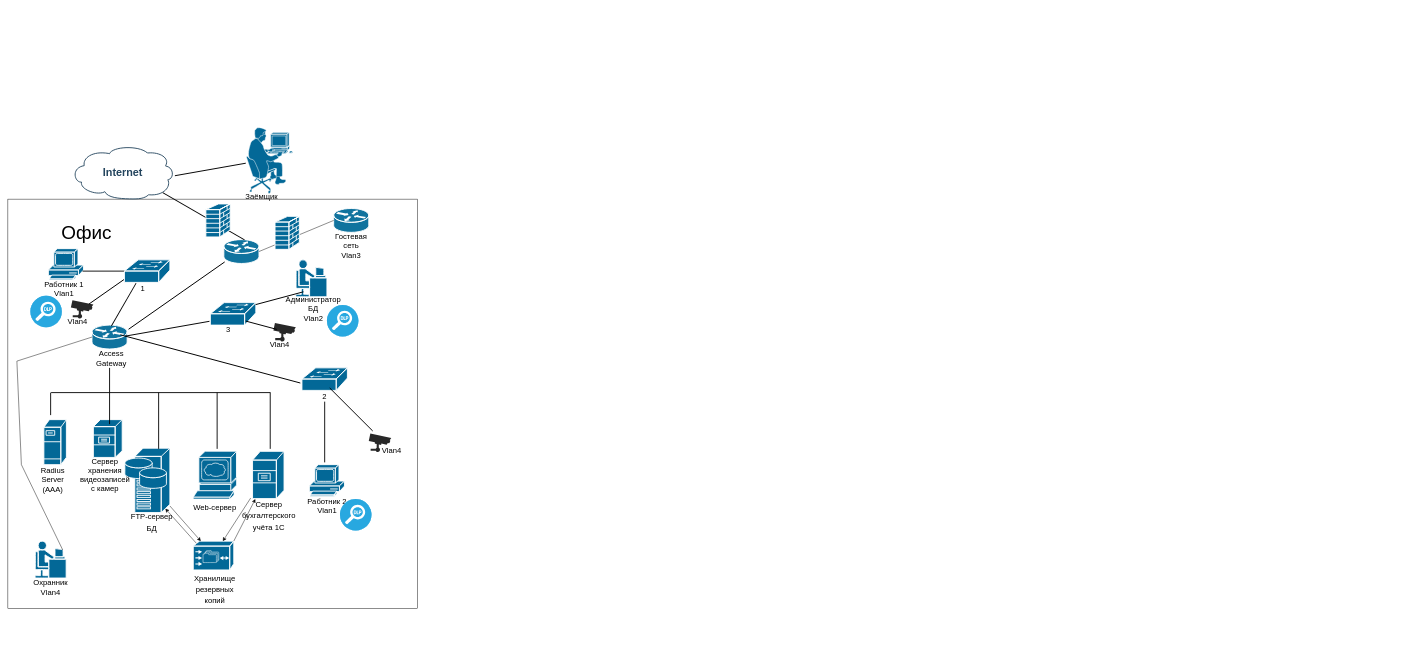
Before: Диаграмма без названия.drawio in paveldyakonov/programlanguage, a draw.io diagram. Source tidied: cells renumbered, new cells numbered last; positions are measured from the earlier drawing's top-left corner, leaving out a move shared by most shapes. Both pictures are drawn from the tidied source at 45%, with x=0, y=0 at pixel (8, 127).
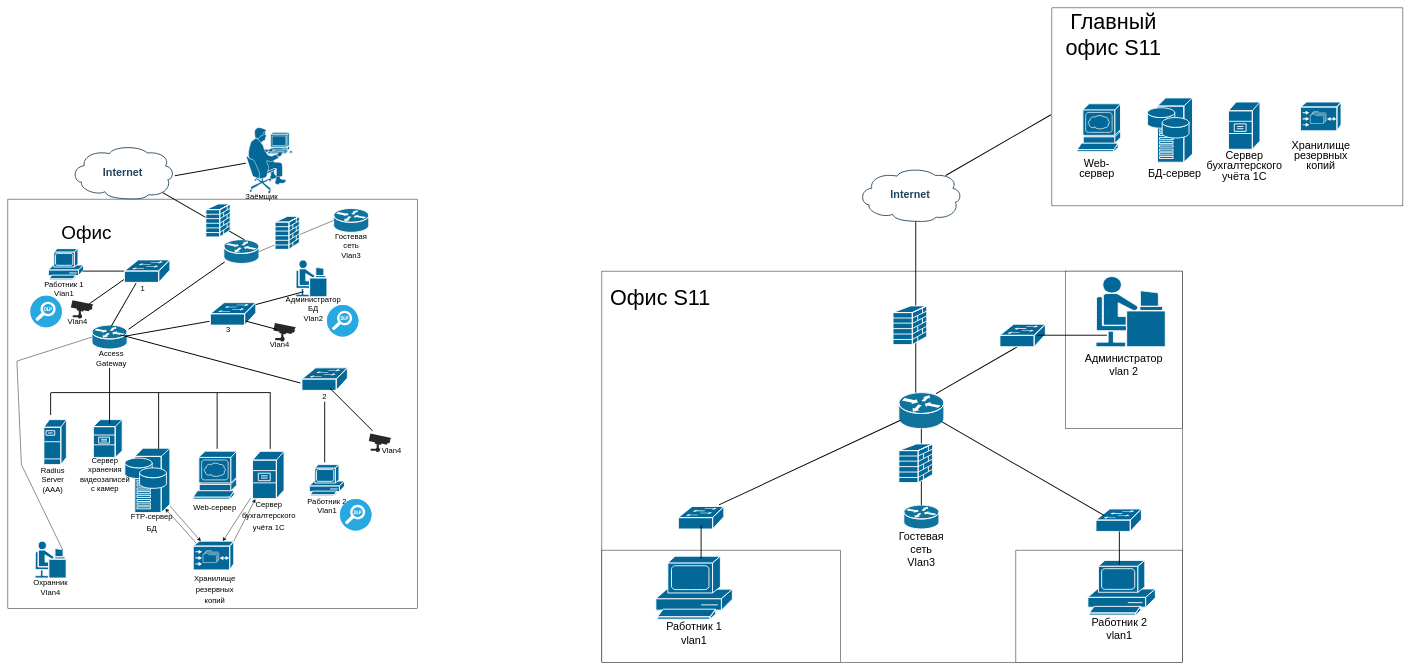
The same diagram, later.

Diff of the diagram source:
```diff
@@
+    <mxCell id="74" style="rounded=0;whiteSpace=wrap;html=1;" parent="1" vertex="1">
+      <mxGeometry x="1320" y="320" width="1290" height="870" as="geometry" />
+    </mxCell>
@@
+    <mxCell id="75" value="&lt;font style=&quot;font-size: 48px;&quot;&gt;Офис S11&lt;/font&gt;" style="text;html=1;strokeColor=none;fillColor=none;align=center;verticalAlign=middle;whiteSpace=wrap;rounded=0;" parent="1" vertex="1">
+      <mxGeometry x="1320" y="320" width="260" height="117.8" as="geometry" />
+    </mxCell>
+    <mxCell id="76" style="shape=mxgraph.cisco.routers.router;html=1;dashed=0;fillColor=#10739E;strokeColor=#ffffff;strokeWidth=2;verticalLabelPosition=bottom;verticalAlign=top;fontFamily=Helvetica;fontSize=36;fontColor=#FFB366;" parent="1" vertex="1">
+      <mxGeometry x="1980" y="590" width="100" height="80" as="geometry" />
+    </mxCell>
+    <mxCell id="77" style="rounded=0;whiteSpace=wrap;html=1;" parent="1" vertex="1">
+      <mxGeometry x="1320" y="940" width="530" height="250" as="geometry" />
+    </mxCell>
+    <mxCell id="78" style="rounded=0;whiteSpace=wrap;html=1;" parent="1" vertex="1">
+      <mxGeometry x="2240" y="940" width="370" height="250" as="geometry" />
+    </mxCell>
+    <mxCell id="79" style="shape=mxgraph.cisco.computers_and_peripherals.pc;sketch=0;html=1;dashed=0;fillColor=#036897;strokeColor=#ffffff;strokeWidth=2;verticalLabelPosition=bottom;verticalAlign=top;align=center;fontSize=17;" parent="1" vertex="1">
+      <mxGeometry x="1440" y="953.5" width="170" height="140" as="geometry" />
+    </mxCell>
+    <mxCell id="80" style="shape=mxgraph.cisco.computers_and_peripherals.pc;sketch=0;html=1;dashed=0;fillColor=#036897;strokeColor=#ffffff;strokeWidth=2;verticalLabelPosition=bottom;verticalAlign=top;align=center;fontSize=17;" parent="1" vertex="1">
+      <mxGeometry x="2400" y="962.8" width="150" height="121.5" as="geometry" />
+    </mxCell>
+    <mxCell id="81" value="&lt;font style=&quot;font-size: 24px;&quot;&gt;Работник 1&lt;br&gt;vlan1&lt;br&gt;&lt;/font&gt;" style="text;html=1;strokeColor=none;fillColor=none;align=center;verticalAlign=middle;whiteSpace=wrap;rounded=0;" parent="1" vertex="1">
+      <mxGeometry x="1445" y="1110" width="160" height="30" as="geometry" />
+    </mxCell>
+    <mxCell id="82" style="shape=mxgraph.cisco.routers.router;html=1;dashed=0;fillColor=#10739E;strokeColor=#ffffff;strokeWidth=2;verticalLabelPosition=bottom;verticalAlign=top;fontFamily=Helvetica;fontSize=36;fontColor=#FFB366;" parent="1" vertex="1">
+      <mxGeometry x="1991" y="840" width="78" height="53" as="geometry" />
+    </mxCell>
+    <mxCell id="83" style="line;strokeWidth=2;direction=south;html=1;fontSize=17;rotation=0;" parent="1" vertex="1">
+      <mxGeometry x="2025" y="670" width="10" height="170" as="geometry" />
+    </mxCell>
+    <mxCell id="84" value="&lt;font style=&quot;font-size: 24px;&quot;&gt;Гостевая сеть&lt;br&gt;Vlan3&lt;/font&gt;" style="text;html=1;strokeColor=none;fillColor=none;align=center;verticalAlign=middle;whiteSpace=wrap;rounded=0;fontSize=17;" parent="1" vertex="1">
+      <mxGeometry x="1985" y="923.5" width="90" height="30" as="geometry" />
+    </mxCell>
+    <mxCell id="85" value="&lt;font style=&quot;font-size: 24px;&quot;&gt;Работник 2&lt;br&gt;vlan1&lt;br&gt;&lt;/font&gt;" style="text;html=1;strokeColor=none;fillColor=none;align=center;verticalAlign=middle;whiteSpace=wrap;rounded=0;" parent="1" vertex="1">
+      <mxGeometry x="2390" y="1100" width="160" height="30" as="geometry" />
+    </mxCell>
+    <mxCell id="86" style="shape=mxgraph.cisco.switches.workgroup_switch;sketch=0;html=1;dashed=0;fillColor=#036897;strokeColor=#ffffff;strokeWidth=2;verticalLabelPosition=bottom;verticalAlign=top;align=center;fontSize=17;" parent="1" vertex="1">
+      <mxGeometry x="2418" y="848.5" width="101" height="50" as="geometry" />
+    </mxCell>
+    <mxCell id="87" style="shape=mxgraph.cisco.switches.workgroup_switch;sketch=0;html=1;dashed=0;fillColor=#036897;strokeColor=#ffffff;strokeWidth=2;verticalLabelPosition=bottom;verticalAlign=top;align=center;fontSize=17;" parent="1" vertex="1">
+      <mxGeometry x="1490" y="843" width="101" height="50" as="geometry" />
+    </mxCell>
+    <mxCell id="88" style="line;strokeWidth=2;direction=south;html=1;fontSize=17;rotation=-60;" parent="1" vertex="1">
+      <mxGeometry x="2250" y="549.2" width="10" height="418" as="geometry" />
+    </mxCell>
+    <mxCell id="89" style="line;strokeWidth=2;direction=south;html=1;fontSize=17;rotation=65;" parent="1" vertex="1">
+      <mxGeometry x="1776.9" y="522.9" width="10" height="445.1" as="geometry" />
+    </mxCell>
+    <mxCell id="90" style="shape=mxgraph.cisco.security.firewall;sketch=0;html=1;dashed=0;fillColor=#036897;strokeColor=#ffffff;strokeWidth=2;verticalLabelPosition=bottom;verticalAlign=top;align=center;" parent="1" vertex="1">
+      <mxGeometry x="1980" y="704" width="75" height="86" as="geometry" />
+    </mxCell>
+    <mxCell id="91" style="line;strokeWidth=2;direction=south;html=1;fontSize=17;rotation=0;" parent="1" vertex="1">
+      <mxGeometry x="1535.5" y="885" width="10" height="74" as="geometry" />
+    </mxCell>
+    <mxCell id="92" style="line;strokeWidth=2;direction=south;html=1;fontSize=17;rotation=0;" parent="1" vertex="1">
+      <mxGeometry x="2465" y="898.5" width="10" height="74" as="geometry" />
+    </mxCell>
+    <mxCell id="93" style="rounded=0;whiteSpace=wrap;html=1;" parent="1" vertex="1">
+      <mxGeometry x="2350" y="320" width="260" height="350" as="geometry" />
+    </mxCell>
+    <mxCell id="94" style="shape=mxgraph.cisco.people.androgenous_person;sketch=0;html=1;dashed=0;fillColor=#036897;strokeColor=#ffffff;strokeWidth=2;verticalLabelPosition=bottom;verticalAlign=top;align=center;fontSize=17;" parent="1" vertex="1">
+      <mxGeometry x="2418" y="332" width="154" height="156" as="geometry" />
+    </mxCell>
+    <mxCell id="95" value="&lt;font style=&quot;font-size: 24px;&quot;&gt;Администратор vlan 2&lt;br&gt;&lt;/font&gt;" style="text;html=1;strokeColor=none;fillColor=none;align=center;verticalAlign=middle;whiteSpace=wrap;rounded=0;" parent="1" vertex="1">
+      <mxGeometry x="2400" y="513" width="160" height="30" as="geometry" />
+    </mxCell>
+    <mxCell id="96" style="line;strokeWidth=2;direction=south;html=1;fontSize=17;rotation=60;" parent="1" vertex="1">
+      <mxGeometry x="2148.5" y="434.9" width="10" height="210" as="geometry" />
+    </mxCell>
+    <mxCell id="97" style="shape=mxgraph.cisco.switches.workgroup_switch;sketch=0;html=1;dashed=0;fillColor=#036897;strokeColor=#ffffff;strokeWidth=2;verticalLabelPosition=bottom;verticalAlign=top;align=center;fontSize=17;" parent="1" vertex="1">
+      <mxGeometry x="2204.5" y="438" width="101" height="50" as="geometry" />
+    </mxCell>
+    <mxCell id="98" style="line;strokeWidth=2;direction=south;html=1;fontSize=17;rotation=-90;" parent="1" vertex="1">
+      <mxGeometry x="2360.2" y="385.2" width="10" height="154.5" as="geometry" />
+    </mxCell>
+    <mxCell id="99" value="Internet" style="shape=mxgraph.cisco.storage.cloud;html=1;dashed=0;strokeColor=#23445D;fillColor=#ffffff;strokeWidth=2;fontFamily=Helvetica;fontSize=24;fontColor=#23445D;align=center;fontStyle=1;" parent="1" vertex="1">
+      <mxGeometry x="1890" y="90" width="230" height="120" as="geometry" />
+    </mxCell>
+    <mxCell id="100" style="line;strokeWidth=2;direction=south;html=1;fontSize=17;rotation=0;" parent="1" vertex="1">
+      <mxGeometry x="2012.5" y="210" width="10" height="380" as="geometry" />
+    </mxCell>
+    <mxCell id="101" style="shape=mxgraph.cisco.security.firewall;sketch=0;html=1;dashed=0;fillColor=#036897;strokeColor=#ffffff;strokeWidth=2;verticalLabelPosition=bottom;verticalAlign=top;align=center;" parent="1" vertex="1">
+      <mxGeometry x="1967" y="397.3" width="75" height="86" as="geometry" />
+    </mxCell>
+    <mxCell id="102" style="rounded=0;whiteSpace=wrap;html=1;" parent="1" vertex="1">
+      <mxGeometry x="2320" y="-265" width="780" height="440" as="geometry" />
+    </mxCell>
+    <mxCell id="103" style="shape=mxgraph.cisco.servers.www_server;sketch=0;html=1;dashed=0;fillColor=#036897;strokeColor=#ffffff;strokeWidth=2;verticalLabelPosition=bottom;verticalAlign=top;align=center;fontSize=17;" parent="1" vertex="1">
+      <mxGeometry x="2376.5" y="-51.8" width="96" height="106" as="geometry" />
+    </mxCell>
+    <mxCell id="104" value="&lt;p style=&quot;line-height: 40%;&quot;&gt;&lt;font style=&quot;font-size: 24px;&quot;&gt;Web-сервер&lt;/font&gt;&lt;/p&gt;" style="text;html=1;strokeColor=none;fillColor=none;align=center;verticalAlign=middle;whiteSpace=wrap;rounded=0;fontSize=42;" parent="1" vertex="1">
+      <mxGeometry x="2360.2" y="54.2" width="120" height="67" as="geometry" />
+    </mxCell>
+    <mxCell id="105" style="shape=mxgraph.cisco.servers.storage_server;sketch=0;html=1;dashed=0;fillColor=#036897;strokeColor=#ffffff;strokeWidth=2;verticalLabelPosition=bottom;verticalAlign=top;align=center;fontSize=17;" parent="1" vertex="1">
+      <mxGeometry x="2532.5" y="-65" width="100" height="143" as="geometry" />
+    </mxCell>
+    <mxCell id="106" value="&lt;p style=&quot;line-height: 40%;&quot;&gt;&lt;font style=&quot;font-size: 24px;&quot;&gt;БД-сервер&lt;/font&gt;&lt;/p&gt;" style="text;html=1;strokeColor=none;fillColor=none;align=center;verticalAlign=middle;whiteSpace=wrap;rounded=0;fontSize=42;" parent="1" vertex="1">
+      <mxGeometry x="2532.5" y="66.5" width="120" height="67" as="geometry" />
+    </mxCell>
+    <mxCell id="107" style="shape=mxgraph.cisco.servers.file_server;sketch=0;html=1;dashed=0;fillColor=#036897;strokeColor=#ffffff;strokeWidth=2;verticalLabelPosition=bottom;verticalAlign=top;align=center;fontSize=17;" parent="1" vertex="1">
+      <mxGeometry x="2712.5" y="-55.8" width="70" height="105" as="geometry" />
+    </mxCell>
+    <mxCell id="108" value="&lt;p style=&quot;line-height: 40%;&quot;&gt;&lt;font style=&quot;font-size: 24px;&quot;&gt;Сервер бухгалтерского учёта 1С&lt;/font&gt;&lt;/p&gt;" style="text;html=1;strokeColor=none;fillColor=none;align=center;verticalAlign=middle;whiteSpace=wrap;rounded=0;fontSize=42;" parent="1" vertex="1">
+      <mxGeometry x="2687.5" y="49.2" width="120" height="67" as="geometry" />
+    </mxCell>
+    <mxCell id="109" style="shape=mxgraph.cisco.storage.cisco_file_engine;sketch=0;html=1;dashed=0;fillColor=#036897;strokeColor=#ffffff;strokeWidth=2;verticalLabelPosition=bottom;verticalAlign=top;align=center;fontSize=17;" parent="1" vertex="1">
+      <mxGeometry x="2872.5" y="-55.8" width="90" height="64" as="geometry" />
+    </mxCell>
+    <mxCell id="110" value="&lt;p style=&quot;line-height: 40%;&quot;&gt;&lt;font style=&quot;font-size: 24px;&quot;&gt;Хранилище резервных копий&lt;/font&gt;&lt;/p&gt;" style="text;html=1;strokeColor=none;fillColor=none;align=center;verticalAlign=middle;whiteSpace=wrap;rounded=0;fontSize=42;" parent="1" vertex="1">
+      <mxGeometry x="2857.5" y="26" width="120" height="67" as="geometry" />
+    </mxCell>
+    <mxCell id="111" value="&lt;font style=&quot;font-size: 48px;&quot;&gt;Главный офис S11&lt;/font&gt;" style="text;html=1;strokeColor=none;fillColor=none;align=center;verticalAlign=middle;whiteSpace=wrap;rounded=0;" parent="1" vertex="1">
+      <mxGeometry x="2326.5" y="-265" width="260" height="117.8" as="geometry" />
+    </mxCell>
+    <mxCell id="112" style="line;strokeWidth=2;direction=south;html=1;fontSize=17;rotation=60;" parent="1" vertex="1">
+      <mxGeometry x="2196" y="-95" width="10" height="270" as="geometry" />
+    </mxCell>
```
